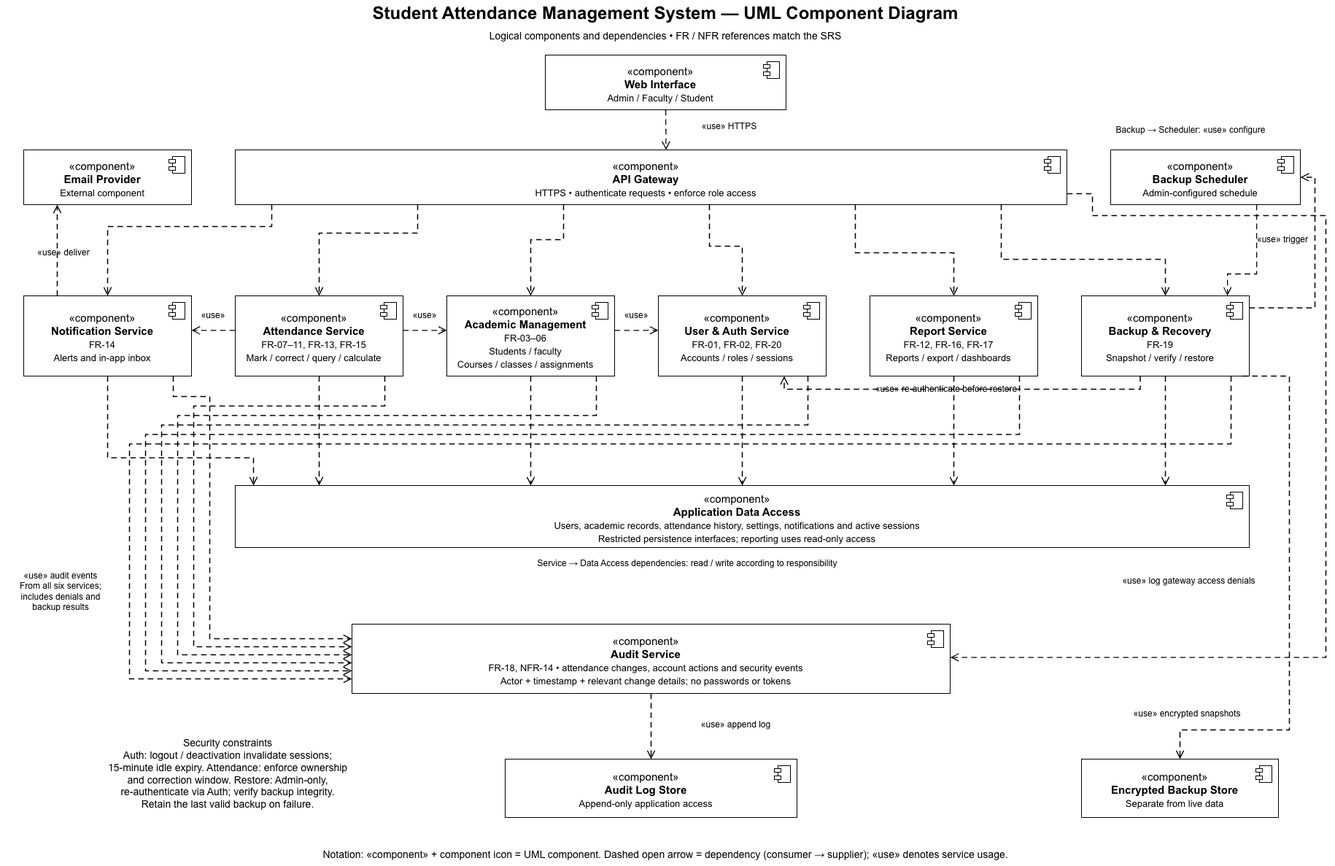
This is Documents/Component_Diagram.drawio.png from Harsha-Kamaraj/Student-Attendance-Management-System, a draw.io export, as it was before one commit. Source tidied: cells renumbered, new cells last; positions are measured from the earlier drawing's top-left corner, leaving out a move shared by most shapes.
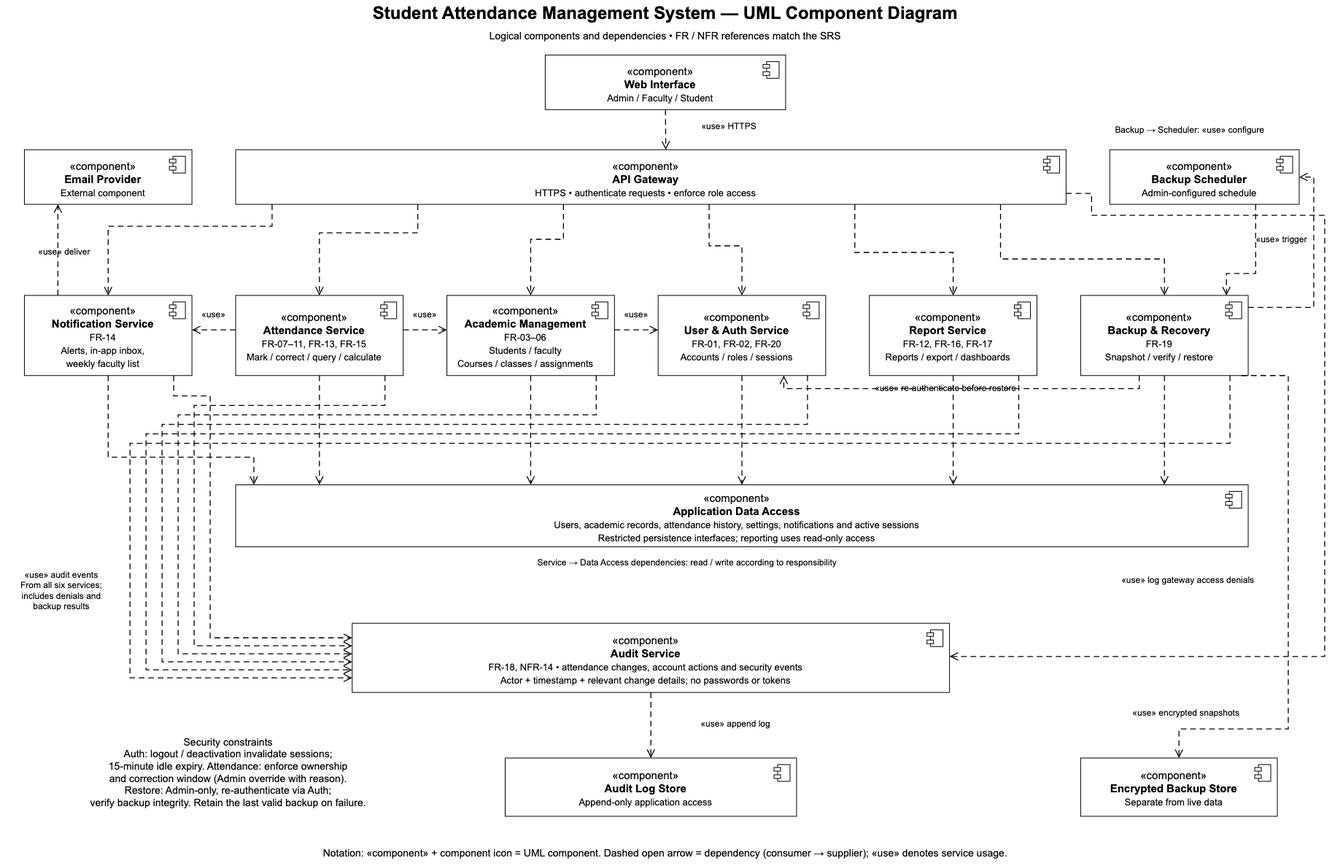
After the commit.

Commit message:
Update Security Requirements and Component Diagram

Diff of the diagram source:
```diff
@@ -56,7 +56,7 @@
     <mxCell id="19" style="html=1;whiteSpace=wrap;fillColor=#ffffff;strokeColor=#000000;fontColor=#000000;fontFamily=Arial;shadow=0;" parent="16" vertex="1">
       <mxGeometry x="229" y="23" width="9" height="5" as="geometry" />
     </mxCell>
-    <mxCell id="20" value="«component»&lt;br&gt;&lt;b&gt;Notification Service&lt;/b&gt;&lt;br&gt;&lt;font style=&quot;font-size:13px&quot;&gt;FR-14&lt;br&gt;Alerts and in-app inbox&lt;/font&gt;" style="html=1;whiteSpace=wrap;fillColor=#ffffff;strokeColor=#000000;fontColor=#000000;fontFamily=Arial;shadow=0;rounded=0;align=center;verticalAlign=middle;fontSize=15;spacingTop=4;spacingRight=14;" parent="1" vertex="1">
+    <mxCell id="20" value="«component»&lt;br&gt;&lt;b&gt;Notification Service&lt;/b&gt;&lt;br&gt;&lt;font style=&quot;font-size:13px&quot;&gt;FR-14&lt;br&gt;Alerts, in-app inbox,&lt;br&gt;weekly faculty list&lt;/font&gt;" style="html=1;whiteSpace=wrap;fillColor=#ffffff;strokeColor=#000000;fontColor=#000000;fontFamily=Arial;shadow=0;rounded=0;align=center;verticalAlign=middle;fontSize=15;spacingTop=4;spacingRight=14;" parent="1" vertex="1">
       <mxGeometry x="32" y="405" width="230" height="110" as="geometry" />
     </mxCell>
     <mxCell id="21" style="html=1;whiteSpace=wrap;fillColor=#ffffff;strokeColor=#000000;fontColor=#000000;fontFamily=Arial;shadow=0;" parent="20" vertex="1">
@@ -390,7 +390,7 @@
     <mxCell id="99" value="«use» encrypted snapshots" style="html=1;whiteSpace=wrap;fillColor=#ffffff;strokeColor=#000000;fontColor=#000000;fontFamily=Arial;shadow=0;text;align=center;verticalAlign=middle;fontSize=12;fontStyle=0;strokeColor=none;" parent="1" vertex="1">
       <mxGeometry x="1497" y="967" width="260" height="22" as="geometry" />
     </mxCell>
-    <mxCell id="100" value="Security constraints&lt;br&gt;Auth: logout / deactivation invalidate sessions;&lt;br&gt;15-minute idle expiry. Attendance: enforce ownership&lt;br&gt;and correction window. Restore: Admin-only,&lt;br&gt;re-authenticate via Auth; verify backup integrity.&lt;br&gt;Retain the last valid backup on failure." style="html=1;whiteSpace=wrap;fillColor=#ffffff;strokeColor=#000000;fontColor=#000000;fontFamily=Arial;shadow=0;text;align=center;verticalAlign=middle;fontSize=14;fontStyle=0;" parent="1" vertex="1">
+    <mxCell id="100" value="Security constraints&lt;br&gt;Auth: logout / deactivation invalidate sessions;&lt;br&gt;15-minute idle expiry. Attendance: enforce ownership&lt;br&gt;and correction window (Admin override with reason).&lt;br&gt;Restore: Admin-only, re-authenticate via Auth;&lt;br&gt;verify backup integrity. Retain the last valid backup on failure." style="html=1;whiteSpace=wrap;fillColor=#ffffff;strokeColor=#000000;fontColor=#000000;fontFamily=Arial;shadow=0;text;align=center;verticalAlign=middle;fontSize=14;fontStyle=0;" parent="1" vertex="1">
       <mxGeometry x="22" y="985" width="580" height="150" as="geometry" />
     </mxCell>
     <mxCell id="101" style="html=1;whiteSpace=wrap;fillColor=#ffffff;strokeColor=#000000;fontColor=#000000;fontFamily=Arial;shadow=0;edgeStyle=none;rounded=0;dashed=1;dashPattern=6 4;endArrow=open;endFill=0;endSize=9;strokeWidth=1.3;exitX=0.35;exitY=1;exitDx=0;exitDy=0;entryX=0.75;entryY=1;entryDx=0;entryDy=0;" parent="1" edge="1" source="40" target="32">
```
